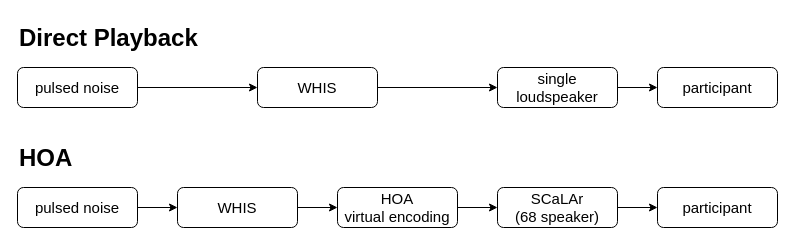
This is Speaker-based.drawio from dirkbr/draw.io, a draw.io file, before an edit. Source tidied: cells renumbered, new cells numbered last; positions are measured from the earlier drawing's top-left corner, leaving out a move shared by most shapes. Both pictures are drawn from the tidied source at 100%, with x=0, y=0 at pixel (17, 17).
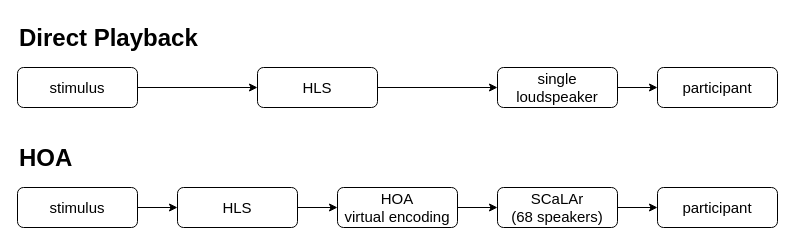
The same diagram, later.

What changed in the source:
```diff
@@
 <mxGraphModel>
   <root>
     <mxCell id="0" />
     <mxCell id="1" parent="0" />
     <mxCell id="2" style="edgeStyle=orthogonalEdgeStyle;rounded=1;jettySize=auto;html=1;exitX=1;exitY=0.5;exitDx=0;exitDy=0;entryX=0;entryY=0.5;entryDx=0;entryDy=0;labelBackgroundColor=none;fontColor=default;shadow=0;fontSize=15;" parent="1" edge="1" source="3" target="5">
       <mxGeometry relative="1" as="geometry" />
     </mxCell>
-    <mxCell id="3" value="pulsed noise" style="rounded=1;whiteSpace=wrap;html=1;fontSize=15;glass=0;strokeWidth=1;shadow=0;labelBackgroundColor=none;" parent="1" vertex="1">
+    <mxCell id="3" value="stimulus" style="rounded=1;whiteSpace=wrap;html=1;fontSize=15;glass=0;strokeWidth=1;shadow=0;labelBackgroundColor=none;" parent="1" vertex="1">
       <mxGeometry y="170" width="120" height="40" as="geometry" />
     </mxCell>
     <mxCell id="4" style="edgeStyle=orthogonalEdgeStyle;rounded=1;jettySize=auto;html=1;exitX=1;exitY=0.5;exitDx=0;exitDy=0;entryX=0;entryY=0.5;entryDx=0;entryDy=0;labelBackgroundColor=none;fontColor=default;shadow=0;fontSize=15;" parent="1" edge="1" source="5" target="7">
       <mxGeometry relative="1" as="geometry" />
     </mxCell>
-    <mxCell id="5" value="WHIS" style="rounded=1;whiteSpace=wrap;html=1;labelBackgroundColor=none;shadow=0;fontSize=15;" parent="1" vertex="1">
+    <mxCell id="5" value="HLS" style="rounded=1;whiteSpace=wrap;html=1;labelBackgroundColor=none;shadow=0;fontSize=15;" parent="1" vertex="1">
       <mxGeometry x="160" y="170" width="120" height="40" as="geometry" />
     </mxCell>
     <mxCell id="6" style="edgeStyle=orthogonalEdgeStyle;rounded=0;jettySize=auto;html=1;exitX=1;exitY=0.5;exitDx=0;exitDy=0;entryX=0;entryY=0.5;entryDx=0;entryDy=0;" parent="1" edge="1" source="7" target="11">
       <mxGeometry relative="1" as="geometry" />
     </mxCell>
     <mxCell id="7" value="&lt;div&gt;HOA&lt;/div&gt;&lt;div&gt;virtual encoding&lt;br&gt;&lt;/div&gt;" style="rounded=1;whiteSpace=wrap;html=1;labelBackgroundColor=none;shadow=0;fontSize=15;" parent="1" vertex="1">
       <mxGeometry x="320" y="170" width="120" height="40" as="geometry" />
     </mxCell>
     <mxCell id="8" style="edgeStyle=orthogonalEdgeStyle;rounded=0;jettySize=auto;html=1;exitX=1;exitY=0.5;exitDx=0;exitDy=0;entryX=0;entryY=0.5;entryDx=0;entryDy=0;" parent="1" edge="1" source="9" target="15">
       <mxGeometry relative="1" as="geometry" />
     </mxCell>
-    <mxCell id="9" value="WHIS" style="rounded=1;whiteSpace=wrap;html=1;labelBackgroundColor=none;shadow=0;fontSize=15;" parent="1" vertex="1">
+    <mxCell id="9" value="HLS" style="rounded=1;whiteSpace=wrap;html=1;labelBackgroundColor=none;shadow=0;fontSize=15;" parent="1" vertex="1">
       <mxGeometry x="240" y="50" width="120" height="40" as="geometry" />
     </mxCell>
     <mxCell id="10" style="edgeStyle=orthogonalEdgeStyle;rounded=0;jettySize=auto;html=1;exitX=1;exitY=0.5;exitDx=0;exitDy=0;entryX=0;entryY=0.5;entryDx=0;entryDy=0;" parent="1" edge="1" source="11" target="16">
       <mxGeometry relative="1" as="geometry" />
     </mxCell>
-    <mxCell id="11" value="&lt;div&gt;SCaLAr&lt;/div&gt;&lt;div&gt;(68 speaker)&lt;/div&gt;" style="rounded=1;whiteSpace=wrap;html=1;labelBackgroundColor=none;shadow=0;fontSize=15;" parent="1" vertex="1">
+    <mxCell id="11" value="&lt;div&gt;SCaLAr&lt;/div&gt;&lt;div&gt;(68 speakers)&lt;/div&gt;" style="rounded=1;whiteSpace=wrap;html=1;labelBackgroundColor=none;shadow=0;fontSize=15;" parent="1" vertex="1">
       <mxGeometry x="480" y="170" width="120" height="40" as="geometry" />
     </mxCell>
     <mxCell id="12" style="edgeStyle=orthogonalEdgeStyle;rounded=0;jettySize=auto;html=1;exitX=1;exitY=0.5;exitDx=0;exitDy=0;entryX=0;entryY=0.5;entryDx=0;entryDy=0;" parent="1" edge="1" source="13" target="9">
       <mxGeometry relative="1" as="geometry" />
     </mxCell>
-    <mxCell id="13" value="pulsed noise" style="rounded=1;whiteSpace=wrap;html=1;fontSize=15;glass=0;strokeWidth=1;shadow=0;labelBackgroundColor=none;" parent="1" vertex="1">
+    <mxCell id="13" value="stimulus" style="rounded=1;whiteSpace=wrap;html=1;fontSize=15;glass=0;strokeWidth=1;shadow=0;labelBackgroundColor=none;" parent="1" vertex="1">
       <mxGeometry y="50" width="120" height="40" as="geometry" />
     </mxCell>
     <mxCell id="14" style="edgeStyle=orthogonalEdgeStyle;rounded=0;jettySize=auto;html=1;exitX=1;exitY=0.5;exitDx=0;exitDy=0;entryX=0;entryY=0.5;entryDx=0;entryDy=0;" parent="1" edge="1" source="15" target="17">
       <mxGeometry relative="1" as="geometry" />
     </mxCell>
     <mxCell id="15" value="&lt;div&gt;single&lt;/div&gt;&lt;div&gt;loudspeaker&lt;/div&gt;" style="rounded=1;whiteSpace=wrap;html=1;labelBackgroundColor=none;shadow=0;fontSize=15;" parent="1" vertex="1">
       <mxGeometry x="480" y="50" width="120" height="40" as="geometry" />
     </mxCell>
     <mxCell id="16" value="participant" style="rounded=1;whiteSpace=wrap;html=1;labelBackgroundColor=none;shadow=0;fontSize=15;" parent="1" vertex="1">
       <mxGeometry x="640" y="170" width="120" height="40" as="geometry" />
     </mxCell>
     <mxCell id="17" value="participant" style="rounded=1;whiteSpace=wrap;html=1;labelBackgroundColor=none;shadow=0;fontSize=15;" parent="1" vertex="1">
       <mxGeometry x="640" y="50" width="120" height="40" as="geometry" />
     </mxCell>
     <mxCell id="18" value="&lt;h1 style=&quot;margin-top: 0px;&quot;&gt;Direct Playback&lt;/h1&gt;" style="text;html=1;whiteSpace=wrap;overflow=hidden;rounded=0;" parent="1" vertex="1">
       <mxGeometry width="190" height="40" as="geometry" />
     </mxCell>
     <mxCell id="19" value="&lt;h1 style=&quot;margin-top: 0px;&quot;&gt;HOA&lt;br&gt;&lt;/h1&gt;" style="text;html=1;whiteSpace=wrap;overflow=hidden;rounded=0;" parent="1" vertex="1">
       <mxGeometry y="120" width="120" height="40" as="geometry" />
     </mxCell>
   </root>
 </mxGraphModel>
```
